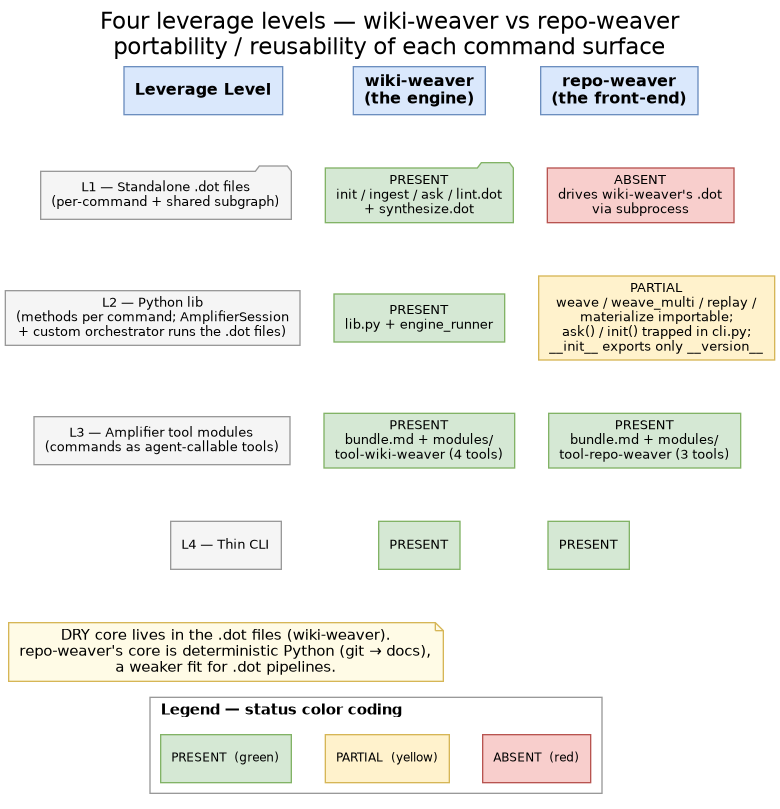
Before: docs/leverage-levels.png, a diagram exported from Graphviz (microsoft/amplifier-app-repo-weaver). Its source is kept beside it as docs/leverage-levels.dot.
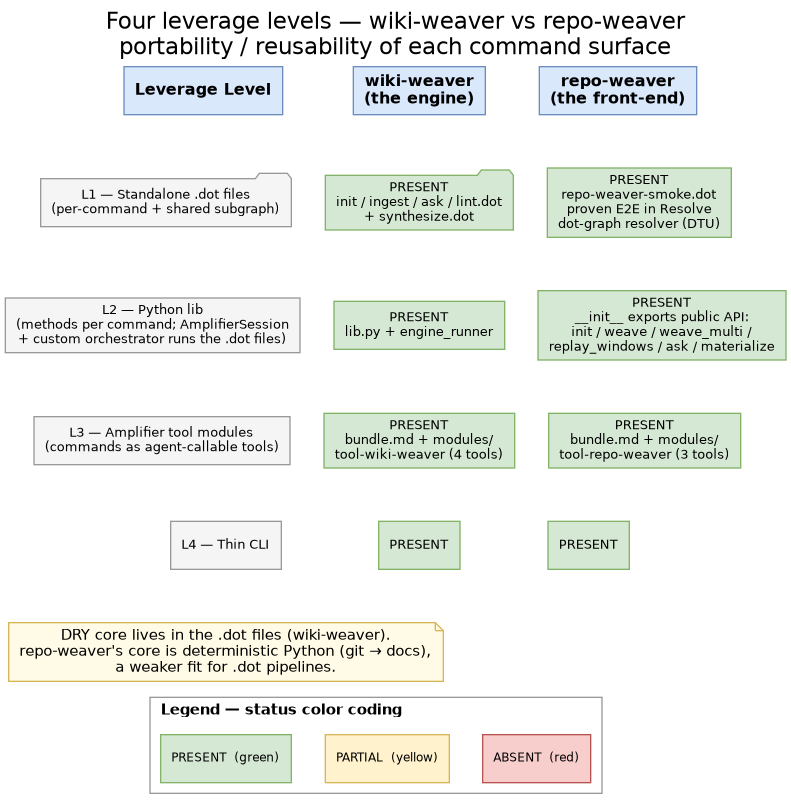
After the commit.

Commit message:
docs: reconcile architecture/design/diagrams — all 4 leverage levels built+proven; park MCP/REST/web

What changed in the source:
```diff
@@ -15,11 +15,11 @@
 
   l1_desc [label="L1 — Standalone .dot files\n(per-command + shared subgraph)", shape=folder, fillcolor="#f5f5f5", color="#999999"];
   l1_ww   [label="PRESENT\ninit / ingest / ask / lint.dot\n+ synthesize.dot", shape=folder, fillcolor="#d5e8d4", color="#82b366"];
-  l1_rw   [label="ABSENT\ndrives wiki-weaver's .dot\nvia subprocess", fillcolor="#f8cecc", color="#b85450"];
+  l1_rw   [label="PRESENT\nrepo-weaver-smoke.dot\nproven E2E in Resolve\ndot-graph resolver (DTU)", fillcolor="#d5e8d4", color="#82b366"];
 
   l2_desc [label="L2 — Python lib\n(methods per command; AmplifierSession\n+ custom orchestrator runs the .dot files)", fillcolor="#f5f5f5", color="#999999"];
   l2_ww   [label="PRESENT\nlib.py + engine_runner", fillcolor="#d5e8d4", color="#82b366"];
-  l2_rw   [label="PARTIAL\nweave / weave_multi / replay /\nmaterialize importable;\nask() / init() trapped in cli.py;\n__init__ exports only __version__", fillcolor="#fff2cc", color="#d6b656"];
+  l2_rw   [label="PRESENT\n__init__ exports public API:\ninit / weave / weave_multi /\nreplay_windows / ask / materialize", fillcolor="#d5e8d4", color="#82b366"];
 
   l3_desc [label="L3 — Amplifier tool modules\n(commands as agent-callable tools)", fillcolor="#f5f5f5", color="#999999"];
   l3_ww   [label="PRESENT\nbundle.md + modules/\ntool-wiki-weaver (4 tools)", fillcolor="#d5e8d4", color="#82b366"];
```
